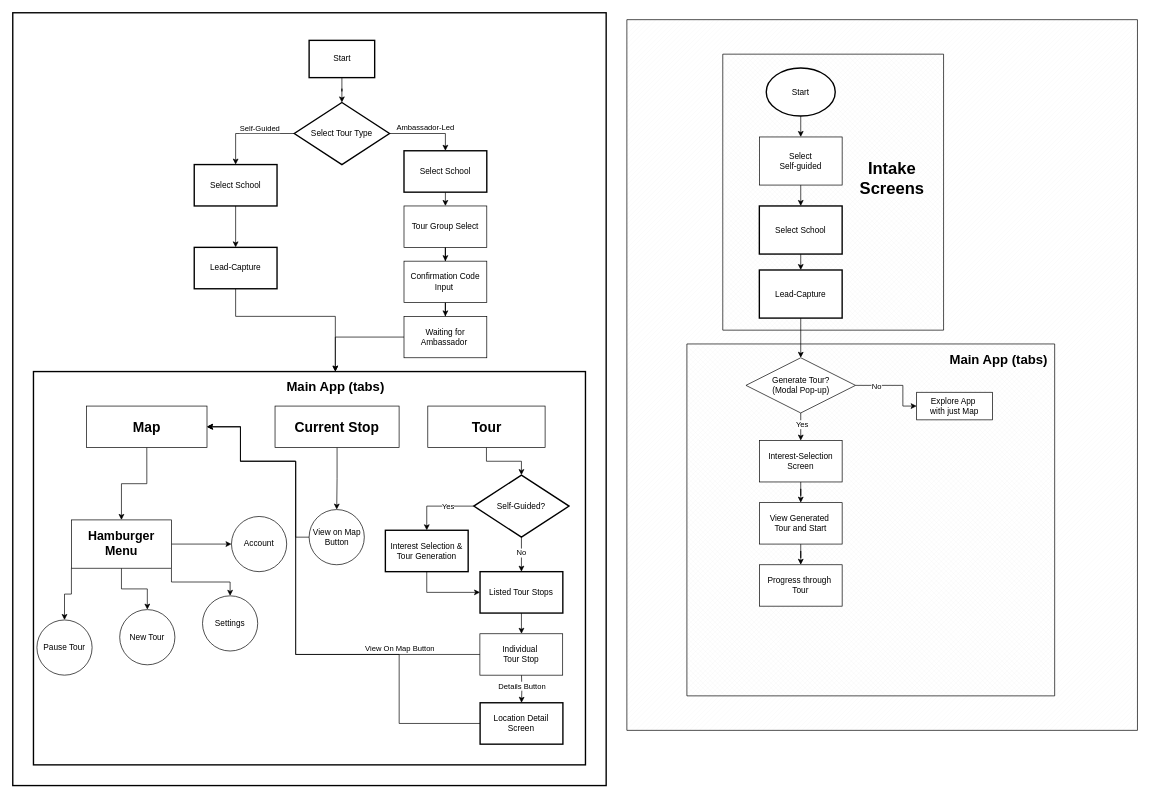
studio-node/CampusTour keeps this draw.io diagram as docs/user-flow.drawio. Above is the earlier version. Source tidied: cells renumbered, new cells numbered last; positions are measured from the earlier drawing's top-left corner, leaving out a move shared by most shapes. Both pictures are drawn from the tidied source at 69%, with x=0, y=0 at pixel (12, 12).
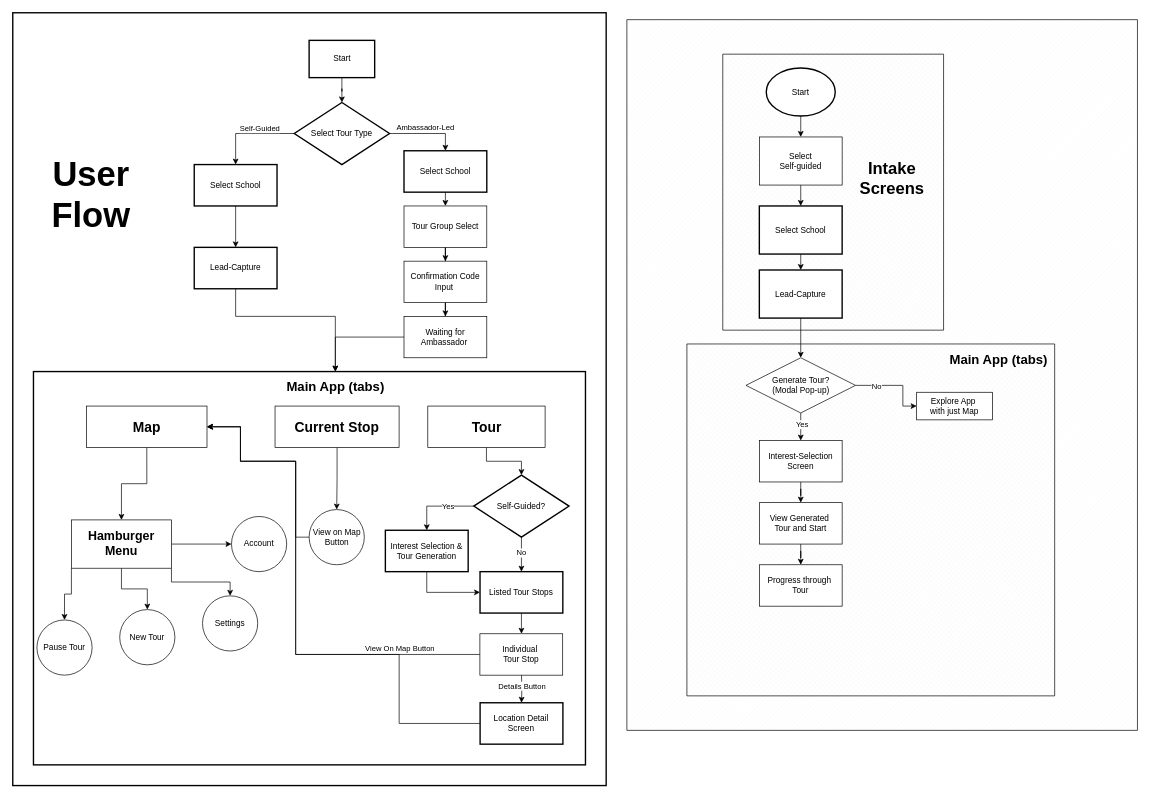
The same page after the edit.

Commit message (it also covers changes not shown here):
.gitignore, formatting, and refreshed diagrams

Unchanged cells that the change refers to:
```xml
<mxCell id="2" style="group;" parent="1" vertex="1">
  <mxGeometry width="860" height="1120" as="geometry" />
</mxCell>
```

What changed in the source:
```diff
@@
+    <mxCell id="85" value="User&lt;div&gt;Flow&lt;/div&gt;" style="text;strokeColor=none;fillColor=none;html=1;fontSize=50;fontStyle=1;verticalAlign=middle;align=center;" parent="2" vertex="1">
+      <mxGeometry x="15" y="165" width="195" height="195" as="geometry" />
+    </mxCell>
```
